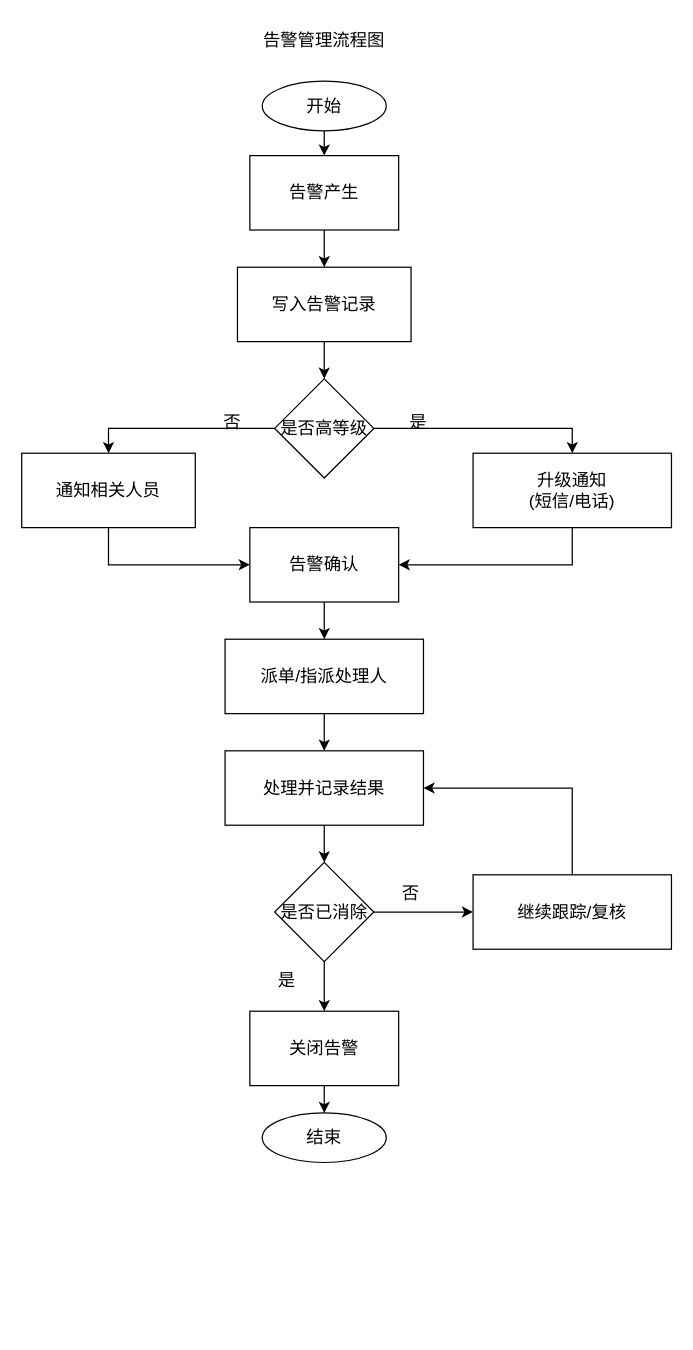
Corkedmzx/-airport-vehicle-system keeps this draw.io diagram as page "告警管理流程图" (5 of 22) of 汽车管理系统位图.drawio. Above is the earlier version. Source tidied: cells renumbered, new cells numbered last; positions are measured from the earlier drawing's top-left corner, leaving out a move shared by most shapes. Both pictures are drawn from the tidied source at 124%, with x=0, y=0 at pixel (21, 21).
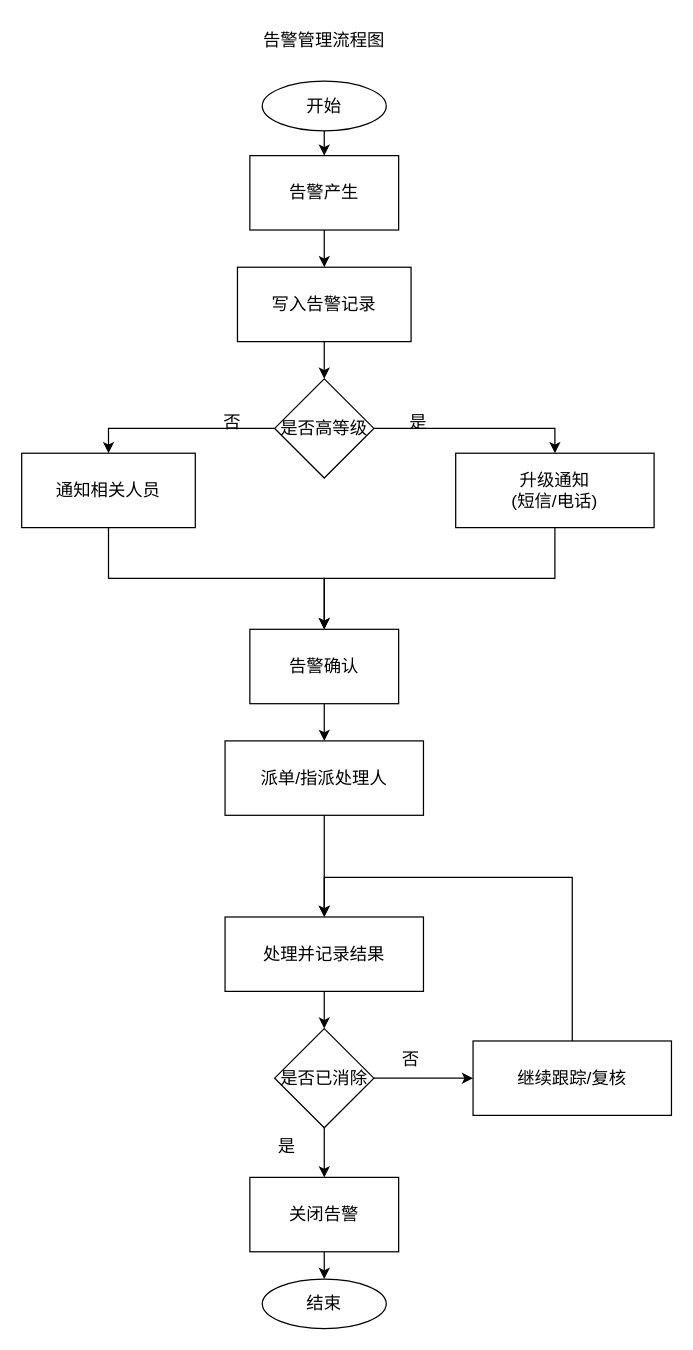
After the change.

Unchanged cells that the change refers to:
```xml
<mxCell id="11" value="通知相关人员" style="rounded=0;whiteSpace=wrap;html=1;fontSize=14;" parent="1" vertex="1">
  <mxGeometry y="348" width="140" height="60" as="geometry" />
</mxCell>
```

Change to the diagram source:
```diff
@@
     <mxCell id="3" value="结束" style="ellipse;whiteSpace=wrap;html=1;fontSize=14;" parent="1" vertex="1">
-      <mxGeometry x="194" y="880" width="100" height="40" as="geometry" />
+      <mxGeometry x="194" y="1014" width="100" height="40" as="geometry" />
     </mxCell>
@@
-    <mxCell id="10" style="edgeStyle=orthogonalEdgeStyle;rounded=0;jettySize=auto;html=1;exitX=0.5;exitY=1;exitDx=0;exitDy=0;entryX=0;entryY=0.5;entryDx=0;entryDy=0;" parent="1" edge="1" source="11" target="14">
+    <mxCell id="10" style="edgeStyle=orthogonalEdgeStyle;rounded=0;jettySize=auto;html=1;exitX=0.5;exitY=1;exitDx=0;exitDy=0;entryX=0.5;entryY=0;entryDx=0;entryDy=0;" parent="1" edge="1" source="11" target="14">
       <mxGeometry relative="1" as="geometry" />
     </mxCell>
@@
-    <mxCell id="12" style="edgeStyle=orthogonalEdgeStyle;rounded=0;jettySize=auto;html=1;exitX=0.5;exitY=1;exitDx=0;exitDy=0;entryX=1;entryY=0.5;entryDx=0;entryDy=0;" parent="1" edge="1" source="13" target="14">
+    <mxCell id="12" style="edgeStyle=orthogonalEdgeStyle;rounded=0;jettySize=auto;html=1;exitX=0.5;exitY=1;exitDx=0;exitDy=0;entryX=0.5;entryY=0;entryDx=0;entryDy=0;" parent="1" edge="1" source="13" target="14">
       <mxGeometry relative="1" as="geometry" />
     </mxCell>
     <mxCell id="13" value="升级通知&lt;br&gt;(短信/电话)" style="rounded=0;whiteSpace=wrap;html=1;fontSize=14;" parent="1" vertex="1">
-      <mxGeometry x="364" y="348" width="160" height="60" as="geometry" />
+      <mxGeometry x="350" y="348" width="160" height="60" as="geometry" />
     </mxCell>
+    <mxCell id="34" style="edgeStyle=orthogonalEdgeStyle;rounded=0;jettySize=auto;html=1;exitX=0.5;exitY=1;exitDx=0;exitDy=0;entryX=0.5;entryY=0;entryDx=0;entryDy=0;fontSize=14;" parent="1" edge="1" target="14">
+      <mxGeometry relative="1" as="geometry">
+        <mxPoint x="244" y="496" as="sourcePoint" />
+      </mxGeometry>
+    </mxCell>
     <mxCell id="14" value="告警确认" style="rounded=0;whiteSpace=wrap;html=1;fontSize=14;" parent="1" vertex="1">
-      <mxGeometry x="184" y="408" width="120" height="60" as="geometry" />
+      <mxGeometry x="184" y="490" width="120" height="60" as="geometry" />
     </mxCell>
+    <mxCell id="29" style="edgeStyle=orthogonalEdgeStyle;rounded=0;jettySize=auto;html=1;exitX=0.5;exitY=1;exitDx=0;exitDy=0;entryX=0.5;entryY=0;entryDx=0;entryDy=0;" parent="1" edge="1" source="15" target="16">
+      <mxGeometry relative="1" as="geometry" />
+    </mxCell>
     <mxCell id="15" value="派单/指派处理人" style="rounded=0;whiteSpace=wrap;html=1;fontSize=14;" parent="1" vertex="1">
-      <mxGeometry x="164" y="498" width="160" height="60" as="geometry" />
+      <mxGeometry x="164" y="580" width="160" height="60" as="geometry" />
     </mxCell>
     <mxCell id="16" value="处理并记录结果" style="rounded=0;whiteSpace=wrap;html=1;fontSize=14;" parent="1" vertex="1">
-      <mxGeometry x="164" y="588" width="160" height="60" as="geometry" />
+      <mxGeometry x="164" y="722" width="160" height="60" as="geometry" />
     </mxCell>
@@
     <mxCell id="18" value="是否已消除" style="rhombus;whiteSpace=wrap;html=1;fontSize=14;" parent="1" vertex="1">
-      <mxGeometry x="204" y="678" width="80" height="80" as="geometry" />
+      <mxGeometry x="204" y="812" width="80" height="80" as="geometry" />
     </mxCell>
-    <mxCell id="19" style="edgeStyle=orthogonalEdgeStyle;rounded=0;jettySize=auto;html=1;exitX=0.5;exitY=0;exitDx=0;exitDy=0;entryX=1;entryY=0.5;entryDx=0;entryDy=0;" parent="1" edge="1" source="20" target="16">
-      <mxGeometry relative="1" as="geometry" />
+    <mxCell id="19" style="edgeStyle=orthogonalEdgeStyle;rounded=0;jettySize=auto;html=1;exitX=0.5;exitY=0;exitDx=0;exitDy=0;entryX=0.5;entryY=0;entryDx=0;entryDy=0;" parent="1" edge="1" source="20" target="16">
+      <mxGeometry relative="1" as="geometry">
+        <Array as="points">
+          <mxPoint x="444" y="690" />
+          <mxPoint x="244" y="690" />
+        </Array>
+      </mxGeometry>
     </mxCell>
     <mxCell id="20" value="继续跟踪/复核" style="rounded=0;whiteSpace=wrap;html=1;fontSize=14;" parent="1" vertex="1">
-      <mxGeometry x="364" y="688" width="160" height="60" as="geometry" />
+      <mxGeometry x="364" y="822" width="160" height="60" as="geometry" />
     </mxCell>
     <mxCell id="21" value="关闭告警" style="rounded=0;whiteSpace=wrap;html=1;fontSize=14;" parent="1" vertex="1">
-      <mxGeometry x="184" y="798" width="120" height="60" as="geometry" />
+      <mxGeometry x="184" y="932" width="120" height="60" as="geometry" />
     </mxCell>
@@
-    <mxCell id="29" style="edgeStyle=orthogonalEdgeStyle;rounded=0;jettySize=auto;html=1;exitX=0.5;exitY=1;exitDx=0;exitDy=0;entryX=0.5;entryY=0;entryDx=0;entryDy=0;fontSize=14;" parent="1" edge="1" source="15" target="16">
-      <mxGeometry relative="1" as="geometry" />
-    </mxCell>
@@
     <mxCell id="32" value="是" style="text;html=1;whiteSpace=wrap;strokeColor=none;fillColor=none;align=center;verticalAlign=middle;rounded=0;fontSize=14;" parent="1" vertex="1">
-      <mxGeometry x="184" y="758" width="60" height="30" as="geometry" />
+      <mxGeometry x="184" y="892" width="60" height="30" as="geometry" />
     </mxCell>
     <mxCell id="33" value="否" style="text;html=1;whiteSpace=wrap;strokeColor=none;fillColor=none;align=center;verticalAlign=middle;rounded=0;fontSize=14;" parent="1" vertex="1">
-      <mxGeometry x="284" y="688" width="60" height="30" as="geometry" />
+      <mxGeometry x="284" y="822" width="60" height="30" as="geometry" />
     </mxCell>
```
